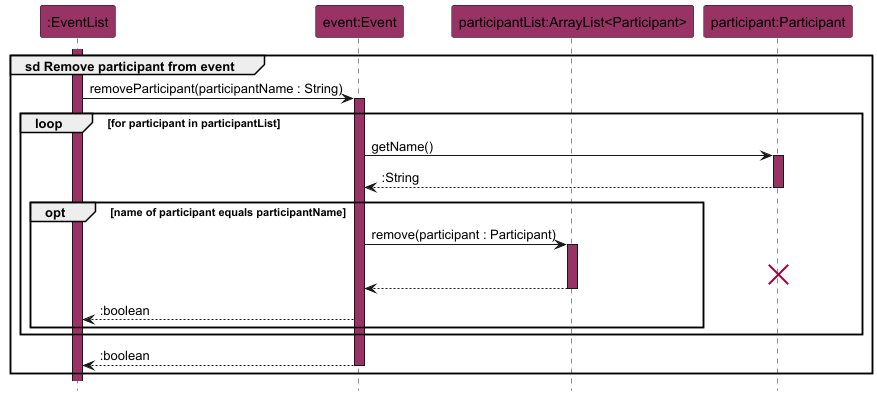
The PlantUML diagram docs/images/RemoveParticipantFromEvent.png in nus-cs2113-AY2425S1/tp, before a commit. The source it was exported from:
```plantuml
@startuml
!include style.puml
hide footbox

participant ":EventList" as eventList EVENT_COLOUR
participant "event:Event" as event EVENT_COLOUR
participant "participantList:ArrayList<Participant>" as participantList EVENT_COLOUR
participant "participant:Participant" as participant EVENT_COLOUR

group sd Remove participant from event
    activate eventList EVENT_COLOUR
    eventList -> event : removeParticipant(participantName : String)
    activate event EVENT_COLOUR

    loop for participant in participantList
        event -> participant : getName()
        activate participant EVENT_COLOUR

        return :String

        opt name of participant equals participantName
            event -> participantList : remove(participant : Participant)
            activate participantList EVENT_COLOUR
            destroy participant
            return
            event --> eventList : :boolean
        end
    end
    return :boolean
end
@enduml
```
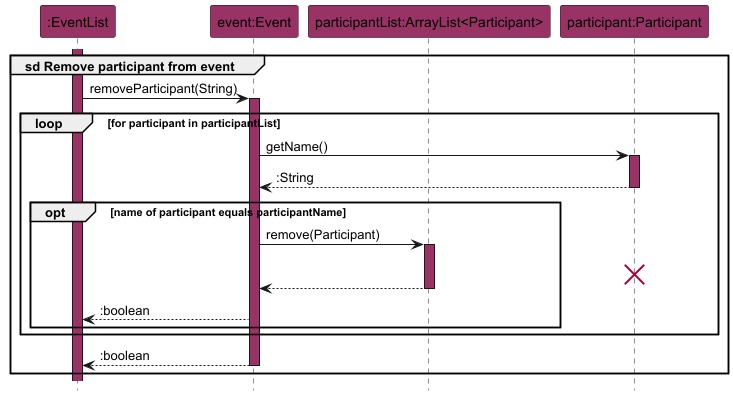
The same diagram one commit later.

The edit, as a diff of the source:
```diff
@@ -9,7 +9,7 @@
 
 group sd Remove participant from event
     activate eventList EVENT_COLOUR
-    eventList -> event : removeParticipant(participantName : String)
+    eventList -> event : removeParticipant(String)
     activate event EVENT_COLOUR
 
     loop for participant in participantList
@@ -19,7 +19,7 @@
         return :String
 
         opt name of participant equals participantName
-            event -> participantList : remove(participant : Participant)
+            event -> participantList : remove(Participant)
             activate participantList EVENT_COLOUR
             destroy participant
             return
```
